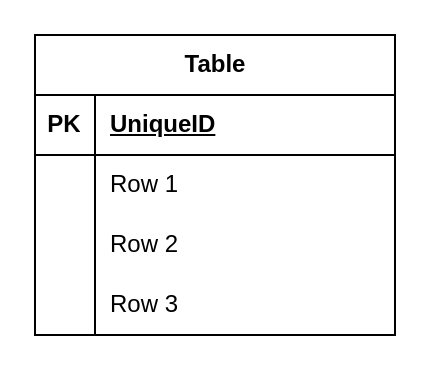
nuruzzamanhimel00/sql keeps this draw.io diagram as quagnite_chat_system.drawio. Above is the earlier version. Source tidied: cells renumbered, new cells numbered last; positions are measured from the earlier drawing's top-left corner, leaving out a move shared by most shapes. Both pictures are drawn from the tidied source at 200%, with x=0, y=0 at pixel (34, 34).
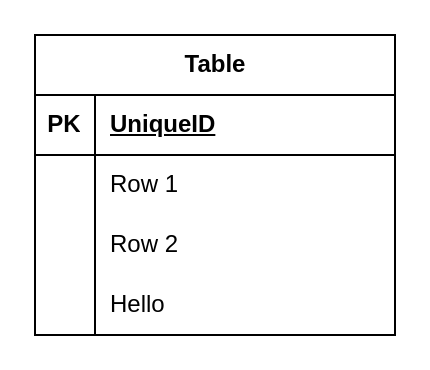
After the change.

What changed in the source:
```diff
@@
 <mxGraphModel background="#ffffff">
   <root>
     <mxCell id="0" />
     <mxCell id="1" parent="0" />
     <mxCell id="2" value="Table" style="shape=table;startSize=30;childLayout=tableLayout;rowLines=0;fontStyle=1;align=center;html=1;" parent="1" vertex="1">
       <mxGeometry width="180" height="150" as="geometry" />
     </mxCell>
     <mxCell id="3" style="shape=tableRow;horizontal=0;startSize=0;swimlaneHead=0;swimlaneBody=0;fillColor=none;top=0;left=0;right=0;bottom=1;" parent="2" vertex="1">
       <mxGeometry y="30" width="180" height="30" as="geometry" />
     </mxCell>
     <mxCell id="4" value="PK" style="shape=partialRectangle;fillColor=none;top=0;left=0;bottom=0;right=0;fontStyle=1;overflow=hidden;whiteSpace=wrap;html=1;" parent="3" vertex="1">
       <mxGeometry width="30" height="30" as="geometry" />
     </mxCell>
     <mxCell id="5" value="UniqueID" style="shape=partialRectangle;fillColor=none;top=0;left=0;bottom=0;right=0;align=left;spacingLeft=6;fontStyle=5;overflow=hidden;whiteSpace=wrap;html=1;" parent="3" vertex="1">
       <mxGeometry x="30" width="150" height="30" as="geometry" />
     </mxCell>
     <mxCell id="6" style="shape=tableRow;horizontal=0;startSize=0;swimlaneHead=0;swimlaneBody=0;fillColor=none;top=0;left=0;right=0;bottom=0;" parent="2" vertex="1">
       <mxGeometry y="60" width="180" height="30" as="geometry" />
     </mxCell>
     <mxCell id="7" style="shape=partialRectangle;fillColor=none;top=0;left=0;bottom=0;right=0;overflow=hidden;whiteSpace=wrap;html=1;" parent="6" vertex="1">
       <mxGeometry width="30" height="30" as="geometry" />
     </mxCell>
     <mxCell id="8" value="Row 1" style="shape=partialRectangle;fillColor=none;top=0;left=0;bottom=0;right=0;align=left;spacingLeft=6;overflow=hidden;whiteSpace=wrap;html=1;" parent="6" vertex="1">
       <mxGeometry x="30" width="150" height="30" as="geometry" />
     </mxCell>
     <mxCell id="9" style="shape=tableRow;horizontal=0;startSize=0;swimlaneHead=0;swimlaneBody=0;fillColor=none;top=0;left=0;right=0;bottom=0;" parent="2" vertex="1">
       <mxGeometry y="90" width="180" height="30" as="geometry" />
     </mxCell>
     <mxCell id="10" style="shape=partialRectangle;fillColor=none;top=0;left=0;bottom=0;right=0;overflow=hidden;whiteSpace=wrap;html=1;" parent="9" vertex="1">
       <mxGeometry width="30" height="30" as="geometry" />
     </mxCell>
     <mxCell id="11" value="Row 2" style="shape=partialRectangle;fillColor=none;top=0;left=0;bottom=0;right=0;align=left;spacingLeft=6;overflow=hidden;whiteSpace=wrap;html=1;" parent="9" vertex="1">
       <mxGeometry x="30" width="150" height="30" as="geometry" />
     </mxCell>
     <mxCell id="12" style="shape=tableRow;horizontal=0;startSize=0;swimlaneHead=0;swimlaneBody=0;fillColor=none;top=0;left=0;right=0;bottom=0;" parent="2" vertex="1">
       <mxGeometry y="120" width="180" height="30" as="geometry" />
     </mxCell>
     <mxCell id="13" style="shape=partialRectangle;fillColor=none;top=0;left=0;bottom=0;right=0;overflow=hidden;whiteSpace=wrap;html=1;" parent="12" vertex="1">
       <mxGeometry width="30" height="30" as="geometry" />
     </mxCell>
-    <mxCell id="14" value="Row 3" style="shape=partialRectangle;fillColor=none;top=0;left=0;bottom=0;right=0;align=left;spacingLeft=6;overflow=hidden;whiteSpace=wrap;html=1;" parent="12" vertex="1">
+    <mxCell id="14" value="Hello" style="shape=partialRectangle;fillColor=none;top=0;left=0;bottom=0;right=0;align=left;spacingLeft=6;overflow=hidden;whiteSpace=wrap;html=1;" parent="12" vertex="1">
       <mxGeometry x="30" width="150" height="30" as="geometry" />
     </mxCell>
   </root>
 </mxGraphModel>
```
